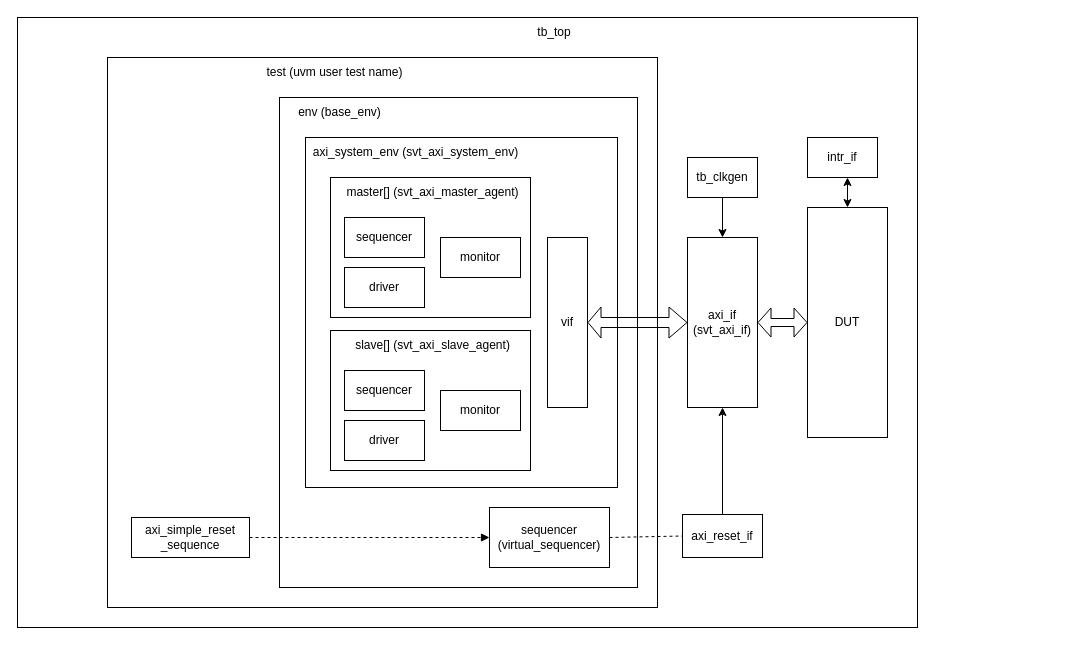
Before: page "TB_0" (1 of 2) of testbench0.drawio in jieunjeong21/doc, a draw.io diagram. Source tidied: cells renumbered, new cells numbered last; positions are measured from the earlier drawing's top-left corner, leaving out a move shared by most shapes. Both pictures are drawn from the tidied source at 100%, with x=0, y=0 at pixel (17, 17).
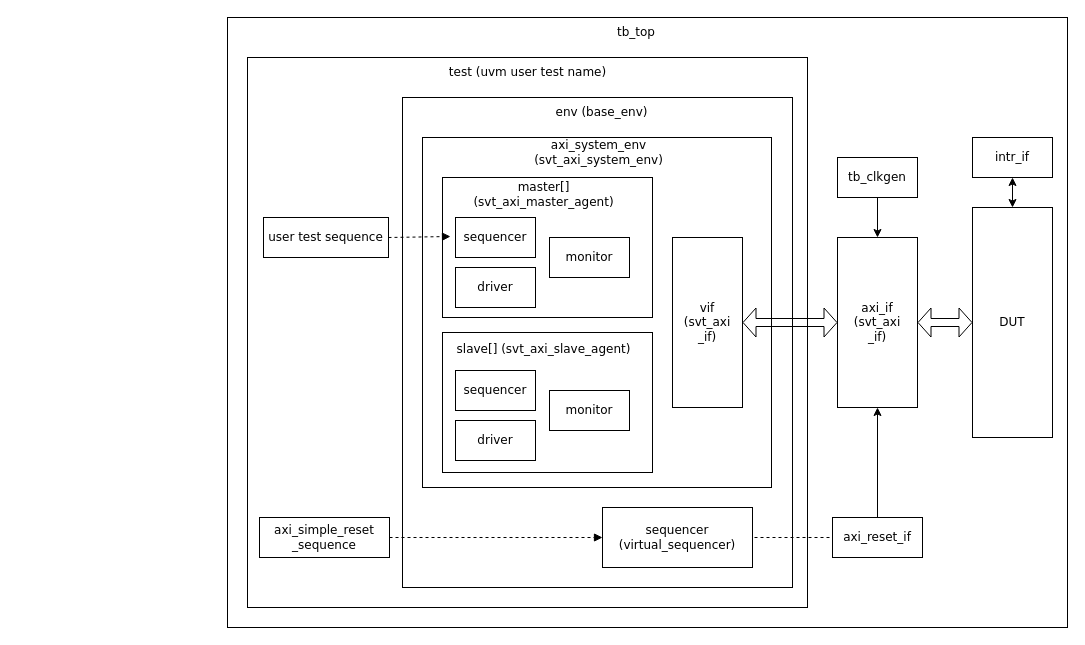
The same page after the edit.

Change to the diagram source:
```diff
@@
-    <mxCell id="2" style="rounded=0;whiteSpace=wrap;html=1;" parent="1" vertex="1">
-      <mxGeometry width="900" height="610" as="geometry" />
+    <mxCell id="2" style="rounded=0;whiteSpace=wrap;html=1;fontFamily=Verdana;fontStyle=0;" parent="1" vertex="1">
+      <mxGeometry x="210" width="840" height="610" as="geometry" />
     </mxCell>
-    <mxCell id="3" value="tb_top" style="text;html=1;align=center;verticalAlign=middle;whiteSpace=wrap;rounded=0;" parent="1" vertex="1">
-      <mxGeometry x="482" width="110" height="30" as="geometry" />
+    <mxCell id="3" value="tb_top" style="text;html=1;align=center;verticalAlign=middle;whiteSpace=wrap;rounded=0;fontFamily=Verdana;fontStyle=0;" parent="1" vertex="1">
+      <mxGeometry x="564" width="110" height="30" as="geometry" />
     </mxCell>
-    <mxCell id="4" value="DUT" style="rounded=0;whiteSpace=wrap;html=1;" parent="1" vertex="1">
-      <mxGeometry x="790" y="190" width="80" height="230" as="geometry" />
+    <mxCell id="4" value="DUT" style="rounded=0;whiteSpace=wrap;html=1;fontFamily=Verdana;fontStyle=0;" parent="1" vertex="1">
+      <mxGeometry x="955" y="190" width="80" height="230" as="geometry" />
     </mxCell>
-    <mxCell id="5" style="rounded=0;whiteSpace=wrap;html=1;" parent="1" vertex="1">
-      <mxGeometry x="90" y="40" width="550" height="550" as="geometry" />
+    <mxCell id="5" style="rounded=0;whiteSpace=wrap;html=1;fontFamily=Verdana;fontStyle=0;" parent="1" vertex="1">
+      <mxGeometry x="230" y="40" width="560" height="550" as="geometry" />
     </mxCell>
-    <mxCell id="6" value="test (uvm user test name)" style="text;html=1;align=center;verticalAlign=middle;whiteSpace=wrap;rounded=0;" parent="1" vertex="1">
-      <mxGeometry x="232" y="40" width="171" height="30" as="geometry" />
+    <mxCell id="6" value="test (uvm user test name)" style="text;html=1;align=center;verticalAlign=middle;whiteSpace=wrap;rounded=0;fontFamily=Verdana;fontStyle=0;" parent="1" vertex="1">
+      <mxGeometry x="411.8" y="40" width="196.5" height="30" as="geometry" />
     </mxCell>
-    <mxCell id="7" style="rounded=0;whiteSpace=wrap;html=1;" parent="1" vertex="1">
-      <mxGeometry x="262" y="80" width="358" height="490" as="geometry" />
+    <mxCell id="7" style="rounded=0;whiteSpace=wrap;html=1;fontFamily=Verdana;fontStyle=0;" parent="1" vertex="1">
+      <mxGeometry x="385" y="80" width="390" height="490" as="geometry" />
     </mxCell>
-    <mxCell id="8" value="env (base_env)" style="text;html=1;align=center;verticalAlign=middle;whiteSpace=wrap;rounded=0;" parent="1" vertex="1">
-      <mxGeometry x="262" y="80" width="121" height="30" as="geometry" />
+    <mxCell id="8" value="env (base_env)" style="text;html=1;align=center;verticalAlign=middle;whiteSpace=wrap;rounded=0;fontFamily=Verdana;fontStyle=0;" parent="1" vertex="1">
+      <mxGeometry x="524" y="80" width="121" height="30" as="geometry" />
     </mxCell>
-    <mxCell id="9" style="rounded=0;whiteSpace=wrap;html=1;" parent="1" vertex="1">
-      <mxGeometry x="288" y="120" width="312" height="350" as="geometry" />
+    <mxCell id="9" style="rounded=0;whiteSpace=wrap;html=1;fontFamily=Verdana;fontStyle=0;" parent="1" vertex="1">
+      <mxGeometry x="405" y="120" width="349" height="350" as="geometry" />
     </mxCell>
-    <mxCell id="10" value="axi_system_env (svt_axi_system_env)" style="text;html=1;align=center;verticalAlign=middle;whiteSpace=wrap;rounded=0;" parent="1" vertex="1">
-      <mxGeometry x="288" y="120" width="221" height="30" as="geometry" />
+    <mxCell id="10" value="axi_system_env (svt_axi_system_env)" style="text;html=1;align=center;verticalAlign=middle;whiteSpace=wrap;rounded=0;fontFamily=Verdana;fontStyle=0;" parent="1" vertex="1">
+      <mxGeometry x="471" y="120" width="221" height="30" as="geometry" />
     </mxCell>
-    <mxCell id="11" style="shape=flexArrow;endArrow=classic;startArrow=classic;html=1;rounded=0;endSize=5.67;strokeWidth=1;entryX=0;entryY=0.5;entryDx=0;entryDy=0;exitX=1;exitY=0.5;exitDx=0;exitDy=0;width=10;startSize=4;" parent="1" edge="1" source="14" target="13">
+    <mxCell id="11" style="shape=flexArrow;endArrow=classic;startArrow=classic;html=1;rounded=0;endSize=4;strokeWidth=1;entryX=0;entryY=0.5;entryDx=0;entryDy=0;exitX=1;exitY=0.5;exitDx=0;exitDy=0;width=8;startSize=4;fontFamily=Verdana;fontStyle=0;" parent="1" edge="1" source="14" target="13">
       <mxGeometry relative="1" as="geometry" />
     </mxCell>
-    <mxCell id="12" style="rounded=0;whiteSpace=wrap;html=1;" parent="1" vertex="1">
-      <mxGeometry x="313" y="160" width="200" height="140" as="geometry" />
+    <mxCell id="12" style="rounded=0;whiteSpace=wrap;html=1;fontFamily=Verdana;fontStyle=0;" parent="1" vertex="1">
+      <mxGeometry x="425" y="160" width="210" height="140" as="geometry" />
     </mxCell>
-    <mxCell id="13" value="axi_if (svt_axi_if)" style="rounded=0;whiteSpace=wrap;html=1;" parent="1" vertex="1">
-      <mxGeometry x="670" y="220" width="70" height="170" as="geometry" />
+    <mxCell id="13" value="axi_if (svt_axi&lt;div&gt;_if)&lt;/div&gt;" style="rounded=0;whiteSpace=wrap;html=1;fontFamily=Verdana;fontStyle=0;" parent="1" vertex="1">
+      <mxGeometry x="820" y="220" width="80" height="170" as="geometry" />
     </mxCell>
-    <mxCell id="14" value="vif" style="rounded=0;whiteSpace=wrap;html=1;" parent="1" vertex="1">
-      <mxGeometry x="530" y="220" width="40" height="170" as="geometry" />
+    <mxCell id="14" value="vif&lt;div&gt;(svt_axi&lt;/div&gt;&lt;div&gt;_if)&lt;/div&gt;" style="rounded=0;whiteSpace=wrap;html=1;fontFamily=Verdana;fontStyle=0;" parent="1" vertex="1">
+      <mxGeometry x="655" y="220" width="70" height="170" as="geometry" />
     </mxCell>
-    <mxCell id="15" value="master[] (svt_axi_master_agent)" style="text;html=1;align=center;verticalAlign=middle;whiteSpace=wrap;rounded=0;" parent="1" vertex="1">
-      <mxGeometry x="327" y="160" width="177" height="30" as="geometry" />
+    <mxCell id="15" value="master[] (svt_axi_master_agent)" style="text;html=1;align=center;verticalAlign=middle;whiteSpace=wrap;rounded=0;fontFamily=Verdana;fontStyle=0;" parent="1" vertex="1">
+      <mxGeometry x="438" y="162" width="177" height="30" as="geometry" />
     </mxCell>
-    <mxCell id="16" value="sequencer" style="rounded=0;whiteSpace=wrap;html=1;" parent="1" vertex="1">
-      <mxGeometry x="327" y="200" width="80" height="40" as="geometry" />
+    <mxCell id="16" value="sequencer" style="rounded=0;whiteSpace=wrap;html=1;fontFamily=Verdana;fontStyle=0;" parent="1" vertex="1">
+      <mxGeometry x="438" y="200" width="80" height="40" as="geometry" />
     </mxCell>
-    <mxCell id="17" value="driver" style="rounded=0;whiteSpace=wrap;html=1;" parent="1" vertex="1">
-      <mxGeometry x="327" y="250" width="80" height="40" as="geometry" />
+    <mxCell id="17" value="driver" style="rounded=0;whiteSpace=wrap;html=1;fontFamily=Verdana;fontStyle=0;" parent="1" vertex="1">
+      <mxGeometry x="438" y="250" width="80" height="40" as="geometry" />
     </mxCell>
-    <mxCell id="18" value="monitor" style="rounded=0;whiteSpace=wrap;html=1;" parent="1" vertex="1">
-      <mxGeometry x="423" y="220" width="80" height="40" as="geometry" />
+    <mxCell id="18" value="monitor" style="rounded=0;whiteSpace=wrap;html=1;fontFamily=Verdana;fontStyle=0;" parent="1" vertex="1">
+      <mxGeometry x="532" y="220" width="80" height="40" as="geometry" />
     </mxCell>
-    <mxCell id="19" style="rounded=0;whiteSpace=wrap;html=1;" parent="1" vertex="1">
-      <mxGeometry x="313" y="313" width="200" height="140" as="geometry" />
+    <mxCell id="19" style="rounded=0;whiteSpace=wrap;html=1;fontFamily=Verdana;fontStyle=0;" parent="1" vertex="1">
+      <mxGeometry x="425" y="315" width="210" height="140" as="geometry" />
     </mxCell>
-    <mxCell id="20" value="slave[] (svt_axi_slave_agent)" style="text;html=1;align=center;verticalAlign=middle;whiteSpace=wrap;rounded=0;" parent="1" vertex="1">
-      <mxGeometry x="327" y="313" width="177" height="30" as="geometry" />
+    <mxCell id="20" value="slave[] (svt_axi_slave_agent)" style="text;html=1;align=center;verticalAlign=middle;whiteSpace=wrap;rounded=0;fontFamily=Verdana;fontStyle=0;" parent="1" vertex="1">
+      <mxGeometry x="438" y="317" width="177" height="30" as="geometry" />
     </mxCell>
-    <mxCell id="21" value="sequencer" style="rounded=0;whiteSpace=wrap;html=1;" parent="1" vertex="1">
-      <mxGeometry x="327" y="353" width="80" height="40" as="geometry" />
+    <mxCell id="21" value="sequencer" style="rounded=0;whiteSpace=wrap;html=1;fontFamily=Verdana;fontStyle=0;" parent="1" vertex="1">
+      <mxGeometry x="438" y="353" width="80" height="40" as="geometry" />
     </mxCell>
-    <mxCell id="22" value="driver" style="rounded=0;whiteSpace=wrap;html=1;" parent="1" vertex="1">
-      <mxGeometry x="327" y="403" width="80" height="40" as="geometry" />
+    <mxCell id="22" value="driver" style="rounded=0;whiteSpace=wrap;html=1;fontFamily=Verdana;fontStyle=0;" parent="1" vertex="1">
+      <mxGeometry x="438" y="403" width="80" height="40" as="geometry" />
     </mxCell>
-    <mxCell id="23" value="monitor" style="rounded=0;whiteSpace=wrap;html=1;" parent="1" vertex="1">
-      <mxGeometry x="423" y="373" width="80" height="40" as="geometry" />
+    <mxCell id="23" value="monitor" style="rounded=0;whiteSpace=wrap;html=1;fontFamily=Verdana;fontStyle=0;" parent="1" vertex="1">
+      <mxGeometry x="532" y="373" width="80" height="40" as="geometry" />
     </mxCell>
-    <mxCell id="24" style="shape=flexArrow;endArrow=classic;startArrow=classic;html=1;rounded=0;endSize=4;strokeWidth=1;exitX=1;exitY=0.5;exitDx=0;exitDy=0;width=8;startSize=4;" parent="1" edge="1" source="13">
-      <mxGeometry relative="1" as="geometry">
-        <mxPoint x="790" y="305" as="targetPoint" />
-      </mxGeometry>
+    <mxCell id="24" style="shape=flexArrow;endArrow=classic;startArrow=classic;html=1;rounded=0;endSize=4;strokeWidth=1;exitX=1;exitY=0.5;exitDx=0;exitDy=0;width=8;startSize=4;fontFamily=Verdana;fontStyle=0;entryX=0;entryY=0.5;entryDx=0;entryDy=0;" parent="1" edge="1" source="13" target="4">
+      <mxGeometry relative="1" as="geometry" />
     </mxCell>
-    <mxCell id="25" value="tb_clkgen" style="rounded=0;whiteSpace=wrap;html=1;" parent="1" vertex="1">
-      <mxGeometry x="670" y="140" width="70" height="40" as="geometry" />
+    <mxCell id="25" value="tb_clkgen" style="rounded=0;whiteSpace=wrap;html=1;fontFamily=Verdana;fontStyle=0;" parent="1" vertex="1">
+      <mxGeometry x="820" y="140" width="80" height="40" as="geometry" />
     </mxCell>
-    <mxCell id="26" style="endArrow=classic;html=1;rounded=0;exitX=0.5;exitY=1;exitDx=0;exitDy=0;entryX=0.5;entryY=0;entryDx=0;entryDy=0;" parent="1" edge="1" source="25" target="13">
+    <mxCell id="26" style="endArrow=classic;html=1;rounded=0;exitX=0.5;exitY=1;exitDx=0;exitDy=0;entryX=0.5;entryY=0;entryDx=0;entryDy=0;fontFamily=Verdana;fontStyle=0;" parent="1" edge="1" source="25" target="13">
       <mxGeometry relative="1" as="geometry" />
     </mxCell>
-    <mxCell id="27" value="axi_reset_if" style="rounded=0;whiteSpace=wrap;html=1;" parent="1" vertex="1">
-      <mxGeometry x="665" y="497" width="80" height="43" as="geometry" />
+    <mxCell id="27" value="axi_reset_if" style="rounded=0;whiteSpace=wrap;html=1;fontFamily=Verdana;fontStyle=0;" parent="1" vertex="1">
+      <mxGeometry x="815" y="500" width="90" height="40" as="geometry" />
     </mxCell>
-    <mxCell id="28" style="endArrow=classic;html=1;rounded=0;exitX=0.5;exitY=0;exitDx=0;exitDy=0;entryX=0.5;entryY=1;entryDx=0;entryDy=0;" parent="1" edge="1" source="27" target="13">
+    <mxCell id="28" style="endArrow=classic;html=1;rounded=0;exitX=0.5;exitY=0;exitDx=0;exitDy=0;entryX=0.5;entryY=1;entryDx=0;entryDy=0;fontFamily=Verdana;fontStyle=0;" parent="1" edge="1" source="27" target="13">
       <mxGeometry relative="1" as="geometry" />
     </mxCell>
-    <mxCell id="29" value="intr_if" style="rounded=0;whiteSpace=wrap;html=1;" parent="1" vertex="1">
-      <mxGeometry x="790" y="120" width="70" height="40" as="geometry" />
+    <mxCell id="29" value="intr_if" style="rounded=0;whiteSpace=wrap;html=1;fontFamily=Verdana;fontStyle=0;" parent="1" vertex="1">
+      <mxGeometry x="955" y="120" width="80" height="40" as="geometry" />
     </mxCell>
-    <mxCell id="30" style="endArrow=classic;startArrow=classic;html=1;rounded=0;exitX=0.5;exitY=0;exitDx=0;exitDy=0;" parent="1" edge="1" source="4">
-      <mxGeometry relative="1" as="geometry">
-        <mxPoint x="830" y="160" as="targetPoint" />
-      </mxGeometry>
+    <mxCell id="30" style="endArrow=classic;startArrow=classic;html=1;rounded=0;exitX=0.5;exitY=0;exitDx=0;exitDy=0;fontFamily=Verdana;fontStyle=0;entryX=0.5;entryY=1;entryDx=0;entryDy=0;" parent="1" edge="1" source="4" target="29">
+      <mxGeometry relative="1" as="geometry" />
     </mxCell>
-    <mxCell id="31" value="sequencer (virtual_sequencer)" style="rounded=0;whiteSpace=wrap;html=1;" parent="1" vertex="1">
-      <mxGeometry x="472" y="490" width="120" height="60" as="geometry" />
+    <mxCell id="31" value="sequencer (virtual_sequencer)" style="rounded=0;whiteSpace=wrap;html=1;fontFamily=Verdana;fontStyle=0;" parent="1" vertex="1">
+      <mxGeometry x="585" y="490" width="150" height="60" as="geometry" />
     </mxCell>
-    <mxCell id="32" value="axi_simple_reset&lt;div&gt;_sequence&lt;/div&gt;" style="rounded=0;whiteSpace=wrap;html=1;" parent="1" vertex="1">
-      <mxGeometry x="114" y="500" width="118" height="40" as="geometry" />
+    <mxCell id="32" value="axi_simple_reset&lt;div&gt;_sequence&lt;/div&gt;" style="rounded=0;whiteSpace=wrap;html=1;fontFamily=Verdana;fontStyle=0;" parent="1" vertex="1">
+      <mxGeometry x="242" y="500" width="130" height="40" as="geometry" />
     </mxCell>
-    <mxCell id="33" style="endArrow=none;dashed=1;html=1;rounded=0;entryX=0;entryY=0.5;entryDx=0;entryDy=0;" parent="1" edge="1" target="27">
+    <mxCell id="33" style="endArrow=none;dashed=1;html=1;rounded=0;entryX=0;entryY=0.5;entryDx=0;entryDy=0;fontFamily=Verdana;fontStyle=0;" parent="1" edge="1" target="27">
       <mxGeometry relative="1" as="geometry">
-        <mxPoint x="592" y="520" as="sourcePoint" />
+        <mxPoint x="737" y="520" as="sourcePoint" />
       </mxGeometry>
     </mxCell>
-    <mxCell id="34" style="endArrow=block;dashed=1;html=1;rounded=0;entryX=0;entryY=0.5;entryDx=0;entryDy=0;startArrow=none;startFill=0;endFill=1;" parent="1" edge="1" target="31">
-      <mxGeometry relative="1" as="geometry">
-        <mxPoint x="232" y="520" as="sourcePoint" />
-      </mxGeometry>
+    <mxCell id="34" style="endArrow=block;dashed=1;html=1;rounded=0;entryX=0;entryY=0.5;entryDx=0;entryDy=0;startArrow=none;startFill=0;endFill=1;exitX=1;exitY=0.5;exitDx=0;exitDy=0;fontFamily=Verdana;fontStyle=0;" parent="1" edge="1" source="32" target="31">
+      <mxGeometry relative="1" as="geometry" />
     </mxCell>
+    <mxCell id="35" value="user test sequence" style="rounded=0;whiteSpace=wrap;html=1;fontFamily=Verdana;fontStyle=0;" parent="1" vertex="1">
+      <mxGeometry x="246" y="200" width="125" height="40" as="geometry" />
+    </mxCell>
+    <mxCell id="36" style="endArrow=block;dashed=1;html=1;rounded=0;entryX=0;entryY=0.5;entryDx=0;entryDy=0;startArrow=none;startFill=0;endFill=1;exitX=1;exitY=0.5;exitDx=0;exitDy=0;fontFamily=Verdana;fontStyle=0;" parent="1" edge="1" source="35">
+      <mxGeometry relative="1" as="geometry">
+        <mxPoint x="433" y="219" as="targetPoint" />
+      </mxGeometry>
+    </mxCell>
```
